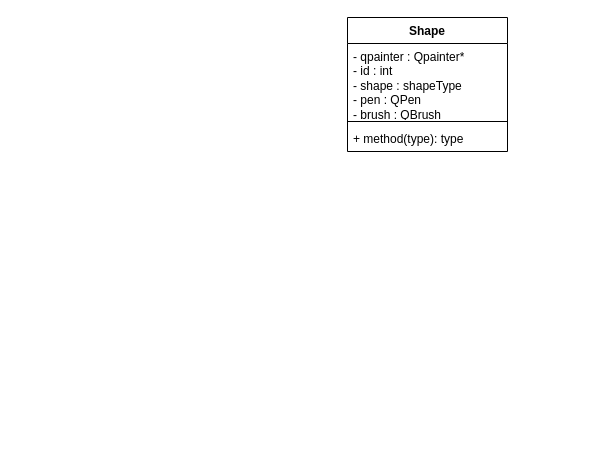
NavidNikoo/EssaWebsite keeps this draw.io diagram as Untitled Diagram.drawio. Above is the earlier version. Source tidied: cells renumbered, new cells numbered last; positions are measured from the earlier drawing's top-left corner, leaving out a move shared by most shapes. Both pictures are drawn from the tidied source at 100%, with x=0, y=0 at pixel (347, 17).
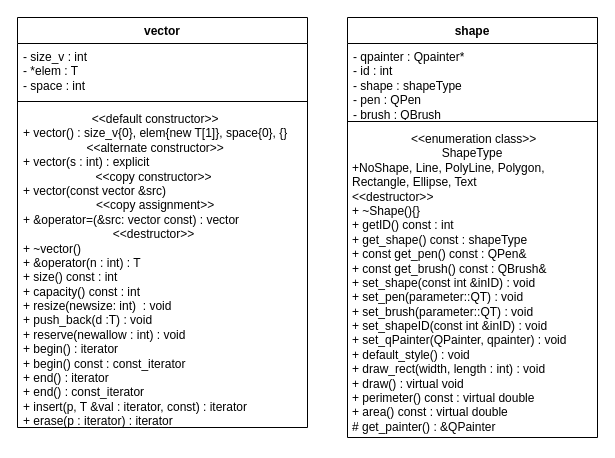
The same page after the edit.

Change to the diagram source:
```diff
@@
 <mxGraphModel>
   <root>
     <mxCell id="0" />
     <mxCell id="1" parent="0" />
-    <mxCell id="2" value="Shape" style="swimlane;fontStyle=1;align=center;verticalAlign=top;horizontal=1;startSize=26;whiteSpace=wrap;html=1;" parent="1" vertex="1">
-      <mxGeometry width="160" height="134" as="geometry" />
+    <mxCell id="2" value="shape" style="swimlane;fontStyle=1;align=center;verticalAlign=top;horizontal=1;startSize=26;whiteSpace=wrap;html=1;" parent="1" vertex="1">
+      <mxGeometry width="250" height="420" as="geometry" />
     </mxCell>
     <mxCell id="3" value="- qpainter : Qpainter*&lt;br&gt;- id : int&lt;br&gt;- shape : shapeType&lt;br&gt;- pen : QPen&lt;br&gt;- brush : QBrush" style="text;strokeColor=none;fillColor=none;align=left;verticalAlign=top;spacingLeft=4;spacingRight=4;overflow=hidden;whiteSpace=wrap;html=1;" parent="2" vertex="1">
-      <mxGeometry y="26" width="160" height="74" as="geometry" />
+      <mxGeometry y="26" width="250" height="74" as="geometry" />
     </mxCell>
     <mxCell id="4" style="line;strokeWidth=1;fillColor=none;align=left;verticalAlign=middle;spacingTop=-1;spacingLeft=3;spacingRight=3;labelPosition=right;strokeColor=inherit;" parent="2" vertex="1">
-      <mxGeometry y="100" width="160" height="8" as="geometry" />
+      <mxGeometry y="100" width="250" height="8" as="geometry" />
     </mxCell>
-    <mxCell id="5" value="+ method(type): type" style="text;strokeColor=none;fillColor=none;align=left;verticalAlign=top;spacingLeft=4;spacingRight=4;overflow=hidden;points=[[0,0.5],[1,0.5]];portConstraint=eastwest;whiteSpace=wrap;html=1;" parent="2" vertex="1">
-      <mxGeometry y="108" width="160" height="26" as="geometry" />
+    <mxCell id="5" value="&amp;nbsp;&amp;lt;&amp;lt;enumeration class&amp;gt;&amp;gt;&lt;br&gt;ShapeType&lt;br&gt;&lt;div style=&quot;text-align: left;&quot;&gt;+NoShape, Line, PolyLine, Polygon, Rectangle, Ellipse, Text&lt;/div&gt;&lt;div style=&quot;text-align: left;&quot;&gt;&amp;lt;&amp;lt;destructor&amp;gt;&amp;gt;&lt;/div&gt;&lt;div style=&quot;text-align: left;&quot;&gt;+ ~Shape(){}&lt;/div&gt;&lt;div style=&quot;text-align: left;&quot;&gt;+ getID() const : int&lt;/div&gt;&lt;div style=&quot;text-align: left;&quot;&gt;+ get_shape() const : shapeType&lt;/div&gt;&lt;div style=&quot;text-align: left;&quot;&gt;+ const get_pen() const : QPen&amp;amp;&lt;/div&gt;&lt;div style=&quot;text-align: left;&quot;&gt;+ const get_brush() const : QBrush&amp;amp;&lt;/div&gt;&lt;div style=&quot;text-align: left;&quot;&gt;+ set_shape(const int &amp;amp;inID) : void&lt;/div&gt;&lt;div style=&quot;text-align: left;&quot;&gt;+ set_pen(parameter::QT) : void&lt;/div&gt;&lt;div style=&quot;text-align: left;&quot;&gt;+ set_brush(parameter::QT) : void&lt;/div&gt;&lt;div style=&quot;text-align: left;&quot;&gt;+ set_shapeID(const int &amp;amp;inID) : void&lt;/div&gt;&lt;div style=&quot;text-align: left;&quot;&gt;+ set_qPainter(QPainter, qpainter) : void&lt;/div&gt;&lt;div style=&quot;text-align: left;&quot;&gt;+ default_style() : void&lt;/div&gt;&lt;div style=&quot;text-align: left;&quot;&gt;+ draw_rect(width, length : int) : void&lt;/div&gt;&lt;div style=&quot;text-align: left;&quot;&gt;+ draw() : virtual void&lt;/div&gt;&lt;div style=&quot;text-align: left;&quot;&gt;+ perimeter() const : virtual double&lt;/div&gt;&lt;div style=&quot;text-align: left;&quot;&gt;+ area() const : virtual double&lt;/div&gt;&lt;div style=&quot;text-align: left;&quot;&gt;# get_painter() : &amp;amp;QPainter&lt;/div&gt;" style="text;strokeColor=none;fillColor=none;align=center;verticalAlign=top;spacingLeft=4;spacingRight=4;overflow=hidden;points=[[0,0.5],[1,0.5]];portConstraint=eastwest;whiteSpace=wrap;html=1;" parent="2" vertex="1">
+      <mxGeometry y="108" width="250" height="312" as="geometry" />
     </mxCell>
+    <mxCell id="6" style="endArrow=none;html=1;rounded=0;" parent="2" edge="1" target="5">
+      <mxGeometry relative="1" as="geometry">
+        <mxPoint y="420" as="sourcePoint" />
+      </mxGeometry>
+    </mxCell>
+    <mxCell id="7" value="vector" style="swimlane;fontStyle=1;align=center;verticalAlign=top;horizontal=1;startSize=26;whiteSpace=wrap;html=1;" parent="1" vertex="1">
+      <mxGeometry x="-330" width="290" height="410" as="geometry" />
+    </mxCell>
+    <mxCell id="8" value="- size_v : int&lt;br&gt;- *elem : T&lt;br&gt;- space : int" style="text;strokeColor=none;fillColor=none;align=left;verticalAlign=top;spacingLeft=4;spacingRight=4;overflow=hidden;whiteSpace=wrap;html=1;" parent="7" vertex="1">
+      <mxGeometry y="26" width="290" height="54" as="geometry" />
+    </mxCell>
+    <mxCell id="9" style="line;strokeWidth=1;fillColor=none;align=left;verticalAlign=middle;spacingTop=-1;spacingLeft=3;spacingRight=3;labelPosition=right;strokeColor=inherit;" parent="7" vertex="1">
+      <mxGeometry y="80" width="290" height="8" as="geometry" />
+    </mxCell>
+    <mxCell id="10" value="&lt;div style=&quot;text-align: center;&quot;&gt;&lt;span style=&quot;background-color: initial;&quot;&gt;&amp;lt;&amp;lt;default constructor&amp;gt;&amp;gt;&lt;/span&gt;&lt;/div&gt;&lt;div style=&quot;text-align: center;&quot;&gt;&lt;span style=&quot;background-color: initial;&quot;&gt;+ vector() : size_v{0}, elem{new T[1]}, space{0}, {}&lt;/span&gt;&lt;/div&gt;&lt;div style=&quot;text-align: center;&quot;&gt;&lt;span style=&quot;background-color: initial;&quot;&gt;&amp;lt;&amp;lt;alternate constructor&amp;gt;&amp;gt;&lt;/span&gt;&lt;/div&gt;&lt;div style=&quot;&quot;&gt;&lt;span style=&quot;background-color: initial;&quot;&gt;+ vector(s : int) : explicit&lt;/span&gt;&lt;/div&gt;&lt;div style=&quot;text-align: center;&quot;&gt;&lt;span style=&quot;background-color: initial;&quot;&gt;&amp;lt;&amp;lt;copy constructor&amp;gt;&amp;gt;&amp;nbsp;&lt;/span&gt;&lt;/div&gt;&lt;div style=&quot;&quot;&gt;&lt;span style=&quot;background-color: initial;&quot;&gt;+ vector(const vector &amp;amp;src)&amp;nbsp;&lt;/span&gt;&lt;/div&gt;&lt;div style=&quot;text-align: center;&quot;&gt;&lt;span style=&quot;background-color: initial;&quot;&gt;&amp;lt;&amp;lt;copy assignment&amp;gt;&amp;gt;&lt;/span&gt;&lt;/div&gt;&lt;div style=&quot;&quot;&gt;&lt;span style=&quot;background-color: initial;&quot;&gt;+ &amp;amp;operator=(&amp;amp;src: vector const) : vector&lt;/span&gt;&lt;/div&gt;&lt;div style=&quot;text-align: center;&quot;&gt;&lt;span style=&quot;background-color: initial;&quot;&gt;&amp;lt;&amp;lt;destructor&amp;gt;&amp;gt;&amp;nbsp;&lt;/span&gt;&lt;/div&gt;&lt;div style=&quot;&quot;&gt;&lt;span style=&quot;background-color: initial;&quot;&gt;+ ~vector()&lt;/span&gt;&lt;/div&gt;&lt;div style=&quot;&quot;&gt;+ &amp;amp;operator(n : int) : T&lt;/div&gt;&lt;div style=&quot;&quot;&gt;+ size() const : int&lt;/div&gt;&lt;div style=&quot;&quot;&gt;+ capacity() const : int&lt;/div&gt;&lt;div style=&quot;&quot;&gt;+ resize(newsize: int)&amp;nbsp; : void&lt;/div&gt;&lt;div style=&quot;&quot;&gt;+ push_back(d :T) : void&lt;/div&gt;&lt;div style=&quot;&quot;&gt;+ reserve(newallow : int) : void&lt;/div&gt;&lt;div style=&quot;&quot;&gt;+ begin() : iterator&lt;/div&gt;&lt;div style=&quot;&quot;&gt;+ begin() const : const_iterator&lt;/div&gt;&lt;div style=&quot;&quot;&gt;+ end() : iterator&lt;/div&gt;&lt;div style=&quot;&quot;&gt;+ end() : const_iterator&lt;/div&gt;&lt;div style=&quot;&quot;&gt;+ insert(p, T &amp;amp;val : iterator, const) : iterator&lt;br&gt;+ erase(p : iterator) : iterator&lt;/div&gt;&lt;div style=&quot;&quot;&gt;&lt;br&gt;&lt;/div&gt;&lt;div style=&quot;text-align: center;&quot;&gt;&lt;span style=&quot;background-color: initial;&quot;&gt;&lt;br&gt;&lt;/span&gt;&lt;/div&gt;" style="text;strokeColor=none;fillColor=none;align=left;verticalAlign=top;spacingLeft=4;spacingRight=4;overflow=hidden;whiteSpace=wrap;html=1;" parent="7" vertex="1">
+      <mxGeometry y="88" width="290" height="322" as="geometry" />
+    </mxCell>
   </root>
 </mxGraphModel>
```
